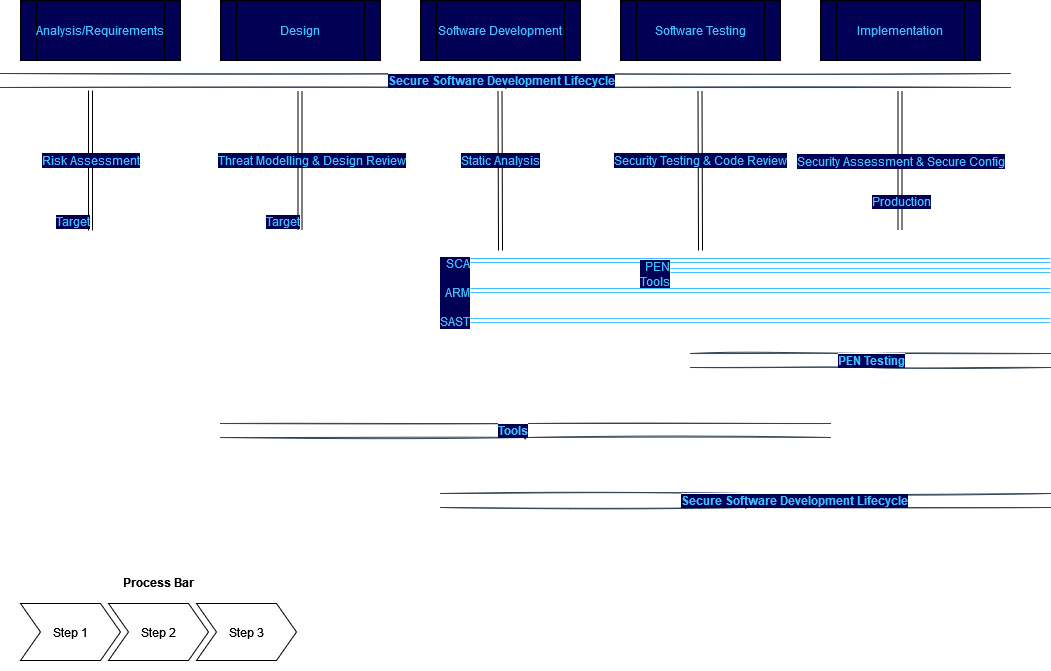
The draw.io diagram SDLC Service Mapping.png in Lino-DC/SDLC, before a commit. Source tidied: cells renumbered, new cells last; positions are measured from the earlier drawing's top-left corner, leaving out a move shared by most shapes.
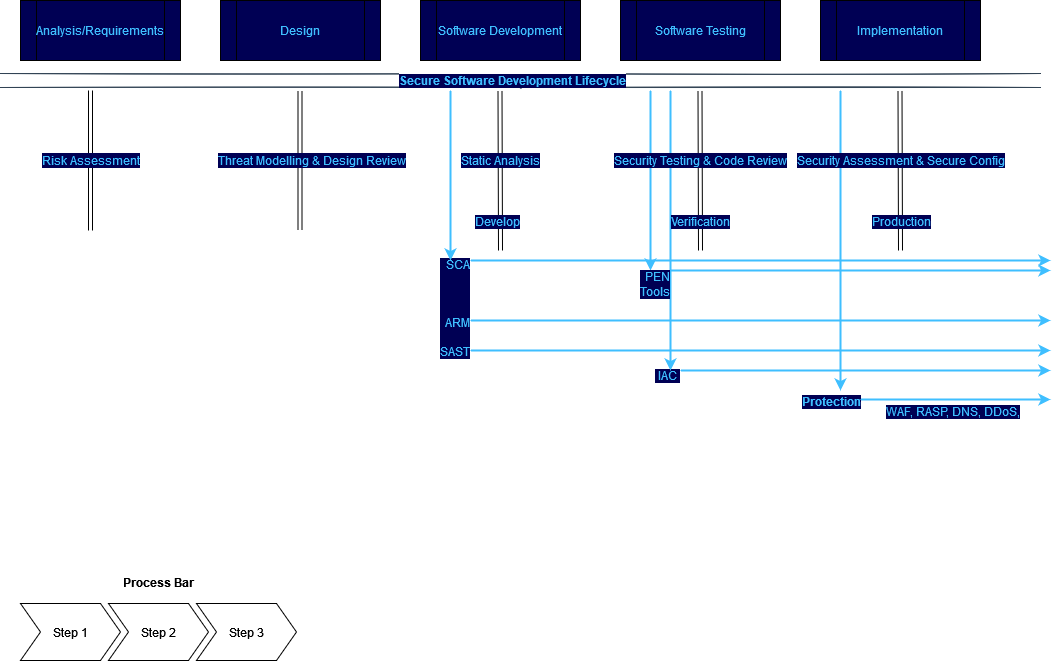
The same diagram one commit later.

The edit, as a diff of the source:
```diff
@@ -2,12 +2,6 @@
   <root>
     <mxCell id="0" />
     <mxCell id="1" parent="0" />
-    <mxCell id="2" style="shape=link;html=1;rounded=0;labelBackgroundColor=none;labelBorderColor=none;strokeColor=#3FBFFF;" parent="1" edge="1">
-      <mxGeometry relative="1" as="geometry">
-        <mxPoint x="470" y="260" as="sourcePoint" />
-        <mxPoint x="1050" y="260" as="targetPoint" />
-      </mxGeometry>
-    </mxCell>
     <mxCell id="3" value="Process Bar" style="swimlane;horizontal=1;fillColor=none;strokeColor=none;stackBorder=10;align=center;fontColor=#000000;" parent="1" vertex="1">
       <mxGeometry x="10" y="570" width="296" height="100" as="geometry" />
     </mxCell>
@@ -23,7 +17,7 @@
     <mxCell id="7" style="shape=link;html=1;rounded=1;strokeWidth=1;edgeStyle=elbowEdgeStyle;elbow=vertical;sketch=1;shadow=0;width=14;labelBackgroundColor=#000054;fontColor=default;fillColor=#647687;strokeColor=#314354;" parent="1" edge="1">
       <mxGeometry relative="1" as="geometry">
         <mxPoint y="80" as="sourcePoint" />
-        <mxPoint x="1010" y="80" as="targetPoint" />
+        <mxPoint x="1040" y="80" as="targetPoint" />
       </mxGeometry>
     </mxCell>
     <mxCell id="8" value="&lt;b&gt;&lt;font style=&quot;font-size: 12px&quot;&gt;&lt;span style=&quot;background-color: rgb(0 , 0 , 84)&quot;&gt;Secure Software Development Lifecycle&lt;/span&gt;&lt;/font&gt;&lt;/b&gt;" style="edgeLabel;html=1;align=center;verticalAlign=middle;fontColor=#3FBFFF;" parent="7" vertex="1">
@@ -52,18 +46,12 @@
         <mxPoint x="90" y="230" as="targetPoint" />
       </mxGeometry>
     </mxCell>
-    <mxCell id="15" value="Target" style="edgeLabel;html=1;align=right;verticalAlign=bottom;labelBackgroundColor=#000054;fontSize=12;fontColor=#3FBFFF;fillColor=#000054;" parent="14" vertex="1">
-      <mxGeometry x="1" relative="1" as="geometry" />
-    </mxCell>
     <mxCell id="16" value="Threat Modelling &amp;amp; Design Review" style="endArrow=classic;html=1;rounded=1;shadow=0;labelBackgroundColor=#000054;sketch=0;fontSize=12;fontColor=#3FBFFF;strokeColor=default;strokeWidth=1;shape=link;elbow=vertical;" parent="1" edge="1">
       <mxGeometry y="11" relative="1" as="geometry">
         <mxPoint x="299.5" y="90" as="sourcePoint" />
         <mxPoint x="299.5" y="230" as="targetPoint" />
       </mxGeometry>
     </mxCell>
-    <mxCell id="17" value="Target" style="edgeLabel;html=1;align=right;verticalAlign=bottom;labelBackgroundColor=#000054;fontSize=12;fontColor=#3FBFFF;fillColor=#000054;" parent="16" vertex="1">
-      <mxGeometry x="1" relative="1" as="geometry" />
-    </mxCell>
     <mxCell id="18" style="endArrow=classic;html=1;rounded=1;shadow=0;labelBackgroundColor=#000054;sketch=0;fontSize=12;fontColor=#3FBFFF;strokeColor=default;strokeWidth=1;shape=link;elbow=vertical;" parent="1" edge="1">
       <mxGeometry relative="1" as="geometry">
         <mxPoint x="499.5" y="90" as="sourcePoint" />
@@ -75,91 +63,123 @@
         <mxPoint y="-10" as="offset" />
       </mxGeometry>
     </mxCell>
-    <mxCell id="20" value="&lt;div&gt;SCA&lt;/div&gt;&lt;div&gt;&lt;br&gt;&lt;/div&gt;&lt;div&gt;ARM&lt;/div&gt;&lt;div&gt;&lt;br&gt;&lt;/div&gt;&lt;div&gt;SAST&lt;br&gt;&lt;/div&gt;" style="edgeLabel;html=1;align=right;verticalAlign=bottom;labelBackgroundColor=#000054;fontSize=12;fontColor=#3FBFFF;fillColor=#000054;" parent="18" vertex="1">
+    <mxCell id="20" value="&lt;div&gt;SCA&lt;/div&gt;&lt;div&gt;&lt;br&gt;&lt;/div&gt;&lt;div&gt;&lt;br&gt;&lt;/div&gt;&lt;div&gt;&lt;br&gt;&lt;/div&gt;&lt;div&gt;ARM&lt;/div&gt;&lt;div&gt;&lt;br&gt;&lt;/div&gt;&lt;div&gt;SAST&lt;br&gt;&lt;/div&gt;" style="edgeLabel;html=1;align=right;verticalAlign=bottom;labelBackgroundColor=#000054;fontSize=12;fontColor=#3FBFFF;fillColor=#000054;" parent="18" vertex="1">
       <mxGeometry x="1" relative="1" as="geometry">
-        <mxPoint x="-30" y="80" as="offset" />
+        <mxPoint x="-30" y="110" as="offset" />
       </mxGeometry>
     </mxCell>
+    <mxCell id="36" value="&lt;div&gt;&amp;nbsp;IAC&amp;nbsp; &lt;br&gt;&lt;/div&gt;" style="edgeLabel;html=1;align=right;verticalAlign=bottom;labelBackgroundColor=#000054;fontSize=12;fontColor=#3FBFFF;fillColor=#000054;" parent="1" vertex="1">
+      <mxGeometry x="680" y="384" as="geometry" />
+    </mxCell>
+    <mxCell id="37" value="&lt;div&gt;WAF, RASP, DNS, DDoS, &lt;br&gt;&lt;/div&gt;" style="edgeLabel;html=1;align=right;verticalAlign=bottom;labelBackgroundColor=#000054;fontSize=12;fontColor=#3FBFFF;fillColor=#000054;" parent="1" vertex="1">
+      <mxGeometry x="1020" y="420" as="geometry" />
+    </mxCell>
+    <mxCell id="38" value="&lt;b&gt;&lt;font style=&quot;font-size: 12px&quot;&gt;&lt;span style=&quot;background-color: rgb(0 , 0 , 84)&quot;&gt;Protection&lt;br&gt;&lt;/span&gt;&lt;/font&gt;&lt;/b&gt;" style="edgeLabel;html=1;align=center;verticalAlign=middle;fontColor=#3FBFFF;" parent="1" vertex="1">
+      <mxGeometry x="830" y="400" as="geometry" />
+    </mxCell>
+    <mxCell id="39" style="endArrow=classic;html=1;rounded=0;labelBackgroundColor=none;labelBorderColor=none;strokeColor=#3FBFFF;strokeWidth=2;" parent="1" edge="1">
+      <mxGeometry relative="1" as="geometry">
+        <mxPoint x="470" y="260" as="sourcePoint" />
+        <mxPoint x="1050" y="260" as="targetPoint" />
+      </mxGeometry>
+    </mxCell>
+    <mxCell id="40" style="endArrow=classic;html=1;rounded=0;labelBackgroundColor=none;labelBorderColor=none;strokeColor=#3FBFFF;strokeWidth=2;" parent="1" edge="1">
+      <mxGeometry relative="1" as="geometry">
+        <mxPoint x="670" y="270" as="sourcePoint" />
+        <mxPoint x="1050" y="270" as="targetPoint" />
+      </mxGeometry>
+    </mxCell>
+    <mxCell id="41" style="endArrow=classic;html=1;rounded=0;labelBackgroundColor=none;labelBorderColor=none;strokeColor=#3FBFFF;strokeWidth=2;" parent="1" edge="1">
+      <mxGeometry relative="1" as="geometry">
+        <mxPoint x="470" y="320" as="sourcePoint" />
+        <mxPoint x="1050" y="320" as="targetPoint" />
+      </mxGeometry>
+    </mxCell>
+    <mxCell id="42" style="endArrow=classic;html=1;rounded=0;labelBackgroundColor=none;labelBorderColor=none;strokeColor=#3FBFFF;strokeWidth=2;" parent="1" edge="1">
+      <mxGeometry relative="1" as="geometry">
+        <mxPoint x="470" y="350" as="sourcePoint" />
+        <mxPoint x="1050" y="350" as="targetPoint" />
+      </mxGeometry>
+    </mxCell>
+    <mxCell id="43" style="endArrow=classic;html=1;rounded=0;labelBackgroundColor=none;labelBorderColor=none;strokeColor=#3FBFFF;strokeWidth=2;" parent="1" edge="1">
+      <mxGeometry relative="1" as="geometry">
+        <mxPoint x="680" y="370" as="sourcePoint" />
+        <mxPoint x="1050" y="370" as="targetPoint" />
+      </mxGeometry>
+    </mxCell>
+    <mxCell id="44" style="endArrow=classic;html=1;rounded=0;labelBackgroundColor=none;labelBorderColor=none;strokeColor=#3FBFFF;strokeWidth=2;" parent="1" edge="1">
+      <mxGeometry relative="1" as="geometry">
+        <mxPoint x="860" y="399" as="sourcePoint" />
+        <mxPoint x="1050" y="399" as="targetPoint" />
+      </mxGeometry>
+    </mxCell>
+    <mxCell id="45" style="endArrow=classic;html=1;rounded=0;labelBackgroundColor=none;labelBorderColor=none;strokeColor=#3FBFFF;strokeWidth=2;" parent="1" edge="1">
+      <mxGeometry relative="1" as="geometry">
+        <mxPoint x="670" y="90" as="sourcePoint" />
+        <mxPoint x="670" y="370" as="targetPoint" />
+      </mxGeometry>
+    </mxCell>
+    <mxCell id="46" style="endArrow=classic;html=1;rounded=0;labelBackgroundColor=none;labelBorderColor=none;strokeColor=#3FBFFF;strokeWidth=2;" parent="1" edge="1">
+      <mxGeometry relative="1" as="geometry">
+        <mxPoint x="840" y="90" as="sourcePoint" />
+        <mxPoint x="840" y="390" as="targetPoint" />
+      </mxGeometry>
+    </mxCell>
+    <mxCell id="47" style="endArrow=classic;html=1;rounded=0;labelBackgroundColor=none;labelBorderColor=none;strokeColor=#3FBFFF;strokeWidth=2;" parent="1" edge="1">
+      <mxGeometry relative="1" as="geometry">
+        <mxPoint x="650" y="90" as="sourcePoint" />
+        <mxPoint x="650" y="270" as="targetPoint" />
+        <Array as="points">
+          <mxPoint x="650" y="230" />
+        </Array>
+      </mxGeometry>
+    </mxCell>
     <mxCell id="21" style="endArrow=classic;html=1;rounded=1;shadow=0;labelBackgroundColor=#000054;sketch=0;fontSize=12;fontColor=#3FBFFF;strokeColor=default;strokeWidth=1;shape=link;elbow=vertical;" parent="1" edge="1">
       <mxGeometry relative="1" as="geometry">
         <mxPoint x="699.5" y="90" as="sourcePoint" />
         <mxPoint x="700" y="250" as="targetPoint" />
       </mxGeometry>
     </mxCell>
+    <mxCell id="23" value="&lt;div&gt;PEN&lt;/div&gt;&lt;div&gt;Tools&lt;br&gt;&lt;/div&gt;" style="edgeLabel;html=1;align=right;verticalAlign=bottom;labelBackgroundColor=#000054;fontSize=12;fontColor=#3FBFFF;fillColor=#000054;" parent="21" vertex="1">
+      <mxGeometry x="1" relative="1" as="geometry">
+        <mxPoint x="-30" y="50" as="offset" />
+      </mxGeometry>
+    </mxCell>
     <mxCell id="22" value="Security Testing &amp;amp; Code Review" style="edgeLabel;html=1;align=center;verticalAlign=middle;labelBackgroundColor=#000054;fontSize=12;fontColor=#3FBFFF;fillColor=#000054;" parent="21" vertex="1">
       <mxGeometry relative="1" as="geometry">
         <mxPoint y="-10" as="offset" />
       </mxGeometry>
     </mxCell>
-    <mxCell id="23" value="&lt;div&gt;PEN&lt;/div&gt;&lt;div&gt;Tools&lt;br&gt;&lt;/div&gt;" style="edgeLabel;html=1;align=right;verticalAlign=bottom;labelBackgroundColor=#000054;fontSize=12;fontColor=#3FBFFF;fillColor=#000054;" parent="21" vertex="1">
-      <mxGeometry x="1" relative="1" as="geometry">
-        <mxPoint x="-30" y="40" as="offset" />
-      </mxGeometry>
-    </mxCell>
     <mxCell id="24" style="endArrow=classic;html=1;rounded=1;shadow=0;labelBackgroundColor=#000054;sketch=0;fontSize=12;fontColor=#3FBFFF;strokeColor=default;strokeWidth=1;shape=link;elbow=vertical;" parent="1" edge="1">
       <mxGeometry relative="1" as="geometry">
         <mxPoint x="899.5" y="90" as="sourcePoint" />
-        <mxPoint x="899.5" y="230" as="targetPoint" />
+        <mxPoint x="900" y="250" as="targetPoint" />
       </mxGeometry>
     </mxCell>
+    <mxCell id="26" value="Production" style="edgeLabel;html=1;align=right;verticalAlign=bottom;labelBackgroundColor=#000054;fontSize=12;fontColor=#3FBFFF;fillColor=#000054;" parent="24" vertex="1">
+      <mxGeometry x="1" relative="1" as="geometry">
+        <mxPoint x="31" y="-20" as="offset" />
+      </mxGeometry>
+    </mxCell>
     <mxCell id="25" value="Security Assessment &amp;amp; Secure Config" style="edgeLabel;html=1;align=center;verticalAlign=middle;labelBackgroundColor=#000054;fontSize=12;fontColor=#3FBFFF;fillColor=#000054;" parent="24" vertex="1">
-      <mxGeometry relative="1" as="geometry" />
+      <mxGeometry relative="1" as="geometry">
+        <mxPoint y="-10" as="offset" />
+      </mxGeometry>
     </mxCell>
-    <mxCell id="26" value="Production" style="edgeLabel;html=1;align=right;verticalAlign=bottom;labelBackgroundColor=#000054;fontSize=12;fontColor=#3FBFFF;fillColor=#000054;" parent="24" vertex="1">
-      <mxGeometry x="1" relative="1" as="geometry">
-        <mxPoint x="31" y="-20" as="offset" />
-      </mxGeometry>
-    </mxCell>
-    <mxCell id="27" style="shape=link;html=1;rounded=1;strokeWidth=1;edgeStyle=elbowEdgeStyle;elbow=vertical;sketch=1;shadow=0;width=14;labelBackgroundColor=#000054;fontColor=default;fillColor=#647687;strokeColor=#314354;" parent="1" edge="1">
-      <mxGeometry relative="1" as="geometry">
-        <mxPoint x="220" y="430" as="sourcePoint" />
-        <mxPoint x="830" y="430" as="targetPoint" />
-      </mxGeometry>
-    </mxCell>
-    <mxCell id="28" value="&lt;b&gt;&lt;font style=&quot;font-size: 12px&quot;&gt;&lt;span style=&quot;background-color: rgb(0 , 0 , 84)&quot;&gt;Tools&lt;br&gt;&lt;/span&gt;&lt;/font&gt;&lt;/b&gt;" style="edgeLabel;html=1;align=center;verticalAlign=middle;fontColor=#3FBFFF;" parent="27" vertex="1">
-      <mxGeometry x="-0.26" y="1" relative="1" as="geometry">
-        <mxPoint x="66" as="offset" />
-      </mxGeometry>
-    </mxCell>
-    <mxCell id="29" style="shape=link;html=1;rounded=1;strokeWidth=1;edgeStyle=elbowEdgeStyle;elbow=vertical;sketch=1;shadow=0;width=14;labelBackgroundColor=#000054;fontColor=default;fillColor=#647687;strokeColor=#314354;" parent="1" edge="1">
-      <mxGeometry relative="1" as="geometry">
-        <mxPoint x="440" y="500" as="sourcePoint" />
-        <mxPoint x="1050" y="500" as="targetPoint" />
-      </mxGeometry>
-    </mxCell>
-    <mxCell id="30" value="&lt;b&gt;&lt;font style=&quot;font-size: 12px&quot;&gt;&lt;span style=&quot;background-color: rgb(0 , 0 , 84)&quot;&gt;Secure Software Development Lifecycle&lt;/span&gt;&lt;/font&gt;&lt;/b&gt;" style="edgeLabel;html=1;align=center;verticalAlign=middle;fontColor=#3FBFFF;" parent="29" vertex="1">
-      <mxGeometry x="-0.26" y="1" relative="1" as="geometry">
-        <mxPoint x="128" as="offset" />
-      </mxGeometry>
-    </mxCell>
-    <mxCell id="31" style="shape=link;html=1;rounded=1;strokeWidth=1;edgeStyle=elbowEdgeStyle;elbow=vertical;sketch=1;shadow=0;width=14;labelBackgroundColor=#000054;fontColor=default;fillColor=#647687;strokeColor=#314354;" parent="1" edge="1">
-      <mxGeometry relative="1" as="geometry">
-        <mxPoint x="690" y="360" as="sourcePoint" />
-        <mxPoint x="1050" y="360" as="targetPoint" />
-      </mxGeometry>
-    </mxCell>
-    <mxCell id="32" value="&lt;b&gt;&lt;font style=&quot;font-size: 12px&quot;&gt;&lt;span style=&quot;background-color: rgb(0 , 0 , 84)&quot;&gt;PEN Testing&lt;br&gt;&lt;/span&gt;&lt;/font&gt;&lt;/b&gt;" style="edgeLabel;html=1;align=center;verticalAlign=middle;fontColor=#3FBFFF;" parent="31" vertex="1">
-      <mxGeometry x="-0.26" y="1" relative="1" as="geometry">
-        <mxPoint x="47" as="offset" />
-      </mxGeometry>
-    </mxCell>
-    <mxCell id="33" style="shape=link;html=1;rounded=0;strokeColor=#3FBFFF;" parent="1" edge="1">
-      <mxGeometry relative="1" as="geometry">
-        <mxPoint x="470" y="290" as="sourcePoint" />
-        <mxPoint x="1050" y="290" as="targetPoint" />
-      </mxGeometry>
-    </mxCell>
-    <mxCell id="34" style="shape=link;html=1;rounded=0;strokeColor=#3FBFFF;" parent="1" edge="1">
-      <mxGeometry relative="1" as="geometry">
-        <mxPoint x="470" y="320" as="sourcePoint" />
-        <mxPoint x="1050" y="320" as="targetPoint" />
-      </mxGeometry>
-    </mxCell>
-    <mxCell id="35" style="shape=link;html=1;rounded=0;labelBackgroundColor=none;labelBorderColor=none;strokeColor=#3FBFFF;" parent="1" edge="1">
-      <mxGeometry relative="1" as="geometry">
-        <mxPoint x="670" y="270" as="sourcePoint" />
-        <mxPoint x="1050" y="270" as="targetPoint" />
-      </mxGeometry>
-    </mxCell>
+    <mxCell id="48" style="endArrow=classic;html=1;rounded=0;labelBackgroundColor=none;labelBorderColor=none;strokeColor=#3FBFFF;strokeWidth=2;" parent="1" edge="1">
+      <mxGeometry relative="1" as="geometry">
+        <mxPoint x="450" y="90" as="sourcePoint" />
+        <mxPoint x="450" y="260" as="targetPoint" />
+        <Array as="points">
+          <mxPoint x="450" y="230" />
+        </Array>
+      </mxGeometry>
+    </mxCell>
+    <mxCell id="49" value="Develop" style="edgeLabel;html=1;align=right;verticalAlign=bottom;labelBackgroundColor=#000054;fontSize=12;fontColor=#3FBFFF;fillColor=#000054;" parent="1" vertex="1">
+      <mxGeometry x="520" y="230" as="geometry" />
+    </mxCell>
+    <mxCell id="50" value="Verification" style="edgeLabel;html=1;align=right;verticalAlign=bottom;labelBackgroundColor=#000054;fontSize=12;fontColor=#3FBFFF;fillColor=#000054;" parent="1" vertex="1">
+      <mxGeometry x="730" y="230" as="geometry" />
+    </mxCell>
   </root>
 </mxGraphModel>
```
